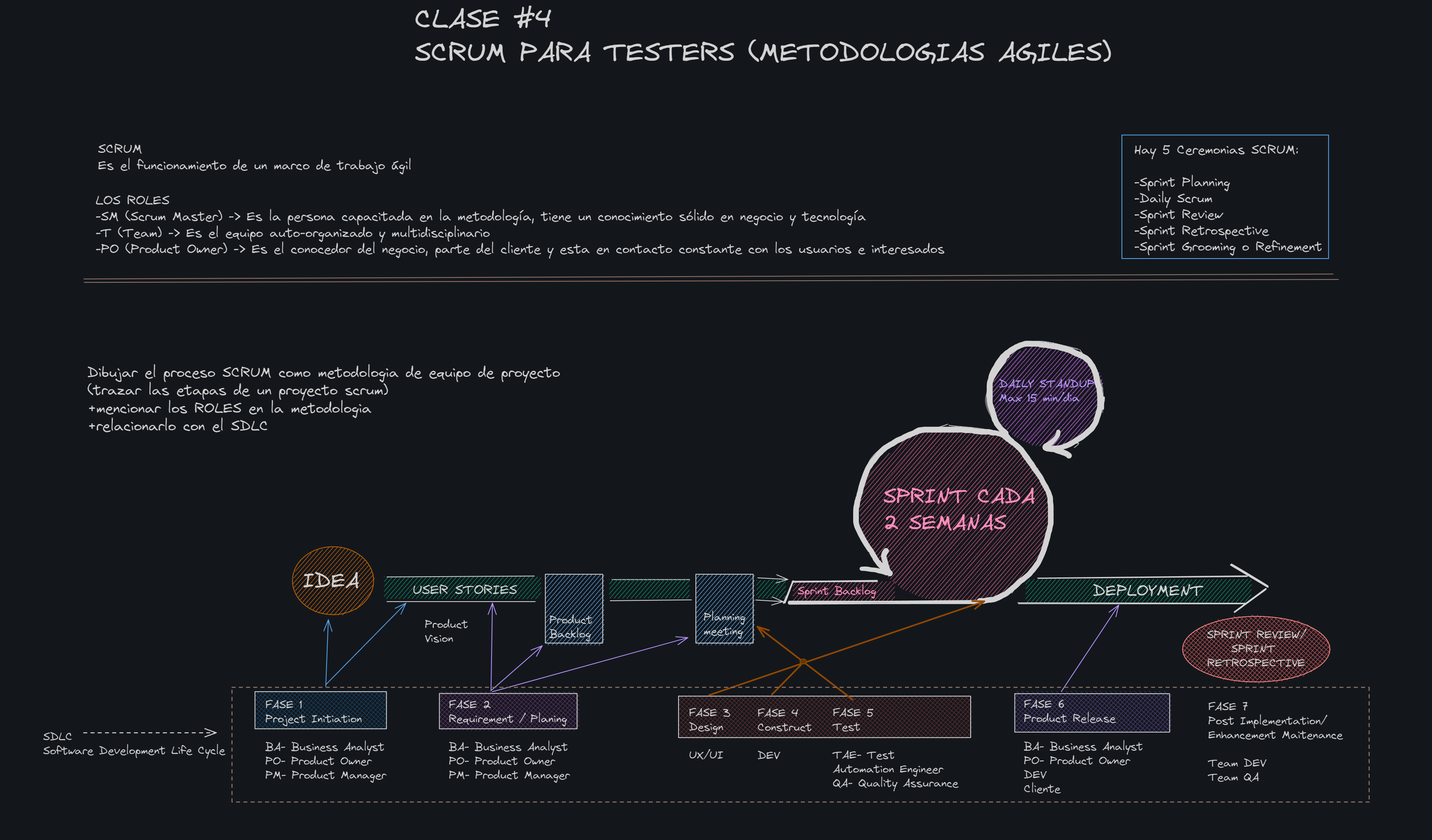
The Excalidraw diagram 1-Testing al grano/task4.png in napzalav/UPEX, before a commit. Source tidied: one line per element, renumbered; positions are measured from the earlier drawing's top-left corner, leaving out a move shared by most shapes.
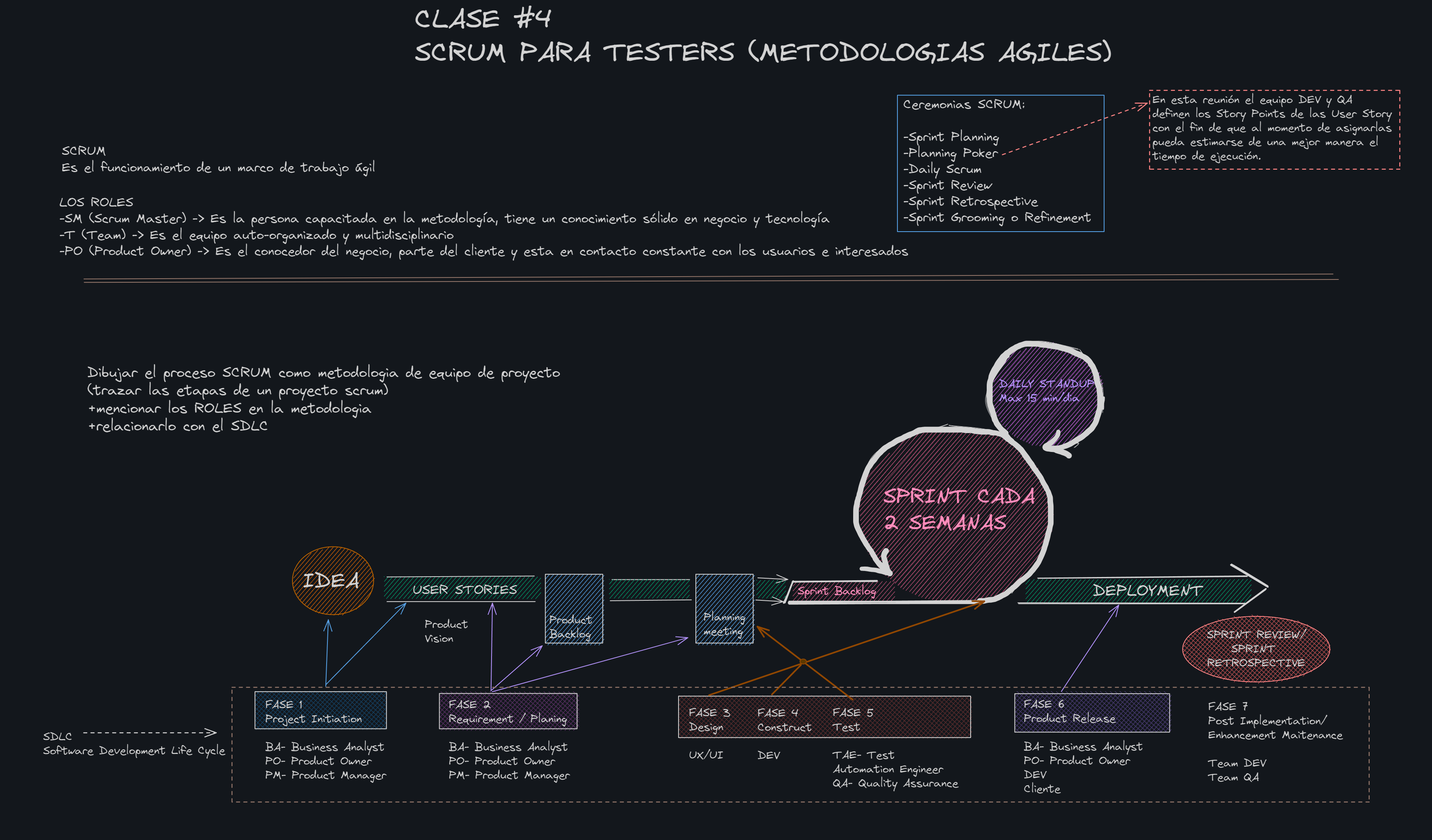
After the commit.

Commit message:
update task4- correcciones

Diff of the diagram source:
```diff
@@ -10,8 +10,8 @@
 {"id": 9, "type": "ellipse", "strokeColor": "transparent", "backgroundColor": "#f783ac", "fillStyle": "hachure", "strokeWidth": 2, "roughness": 1, "round": true, "x": 2122, "y": 1050, "width": 482, "height": 437}
 {"id": 10, "type": "ellipse", "strokeColor": "transparent", "backgroundColor": "#da77f2", "fillStyle": "hachure", "strokeWidth": 2, "roughness": 1, "round": true, "x": 2452, "y": 840, "width": 281, "height": 260}
 {"id": 11, "type": "text", "text": "CLASE #4\nSCRUM PARA TESTERS (METODOLOGIAS AGILES)", "strokeColor": "#1e1e1e", "strokeWidth": 1, "roughness": 1, "fontSize": 66.75, "fontFamily": 1, "x": 1021, "y": 0, "width": 1731, "height": 167}
-{"id": 12, "type": "text", "text": "SCRUM\nEs el funcionamiento de un marco de trabajo ágil", "strokeColor": "#1e1e1e", "strokeWidth": 1, "roughness": 1, "fontSize": 32.13, "fontFamily": 1, "x": 234, "y": 343, "width": 779, "height": 80}
+{"id": 12, "type": "text", "text": "SCRUM\nEs el funcionamiento de un marco de trabajo ágil", "strokeColor": "#1e1e1e", "strokeWidth": 1, "roughness": 1, "fontSize": 32.13, "fontFamily": 1, "x": 144, "y": 348, "width": 779, "height": 80}
-{"id": 13, "type": "text", "text": "LOS ROLES\n-SM (Scrum Master) -> Es la persona capacitada en la metodología, tiene un conocimiento sólido en negocio y tecnología\n-T (Team) -> Es el equipo auto-organizado y multidisciplinario\n-PO (Product Owner) -> Es el conocedor del negocio, parte del cliente y esta en contacto constante con los usuarios e interesados", "strokeColor": "#1e1e1e", "strokeWidth": 1, "roughness": 1, "fontSize": 32.13, "fontFamily": 1, "x": 228, "y": 470, "width": 2110, "height": 161}
+{"id": 13, "type": "text", "text": "LOS ROLES\n-SM (Scrum Master) -> Es la persona capacitada en la metodología, tiene un conocimiento sólido en negocio y tecnología\n-T (Team) -> Es el equipo auto-organizado y multidisciplinario\n-PO (Product Owner) -> Es el conocedor del negocio, parte del cliente y esta en contacto constante con los usuarios e interesados", "strokeColor": "#1e1e1e", "strokeWidth": 1, "roughness": 1, "fontSize": 32.13, "fontFamily": 1, "x": 138, "y": 475, "width": 2110, "height": 161}
 {"id": 14, "type": "line", "strokeColor": "#1e1e1e", "strokeWidth": 1, "roughness": 1, "round": true, "x": 2122, "y": 1253, "width": 225, "height": 208, "points": [[0, 0], [46, -135], [225, -208]]}
 {"id": 15, "type": "line", "strokeColor": "#1e1e1e", "strokeWidth": 1, "roughness": 1, "round": true, "x": 2348, "y": 1048, "width": 255, "height": 181, "points": [[0, 0], [159, 34], [255, 181]]}
 {"id": 16, "type": "line", "strokeColor": "#1e1e1e", "strokeWidth": 1, "roughness": 1, "round": true, "x": 2605, "y": 1227, "width": 98, "height": 238, "points": [[0, 0], [-12, 117], [-98, 238]]}
@@ -77,10 +77,13 @@
 {"id": 76, "type": "line", "strokeColor": "transparent", "backgroundColor": "#ff8787", "fillStyle": "cross-hatch", "strokeWidth": 2, "roughness": 0, "x": 3538, "y": 916, "width": 3, "height": 396, "points": [[0, 0], [3, 396]]}
 {"id": 77, "type": "line", "strokeColor": "transparent", "backgroundColor": "#ff8787", "fillStyle": "cross-hatch", "strokeWidth": 2, "roughness": 0, "x": 6, "y": 968, "width": 6, "height": 503, "points": [[0, 0], [-6, 503]]}
 {"id": 78, "type": "ellipse", "strokeColor": "#ffa94d", "backgroundColor": "#ffd43b", "fillStyle": "solid", "strokeWidth": 2, "roughness": 0, "x": 1979, "y": 1629, "width": 16, "height": 12}
-{"id": 79, "type": "text", "text": "Hay 5 Ceremonias SCRUM:\n\n-Sprint Planning\n-Daily Scrum\n-Sprint Review\n-Sprint Retrospective\n-Sprint Grooming o Refinement", "strokeColor": "#1e1e1e", "backgroundColor": "#ffd43b", "fillStyle": "solid", "strokeWidth": 2, "roughness": 0, "fontSize": 32.13, "fontFamily": 1, "x": 2810, "y": 344, "width": 467, "height": 281}
+{"id": 79, "type": "text", "text": "Ceremonias SCRUM:\n\n-Sprint Planning\n-Planning Poker\n-Daily Scrum\n-Sprint Review\n-Sprint Retrospective\n-Sprint Grooming o Refinement", "strokeColor": "#1e1e1e", "backgroundColor": "#ffd43b", "fillStyle": "solid", "strokeWidth": 2, "roughness": 0, "fontSize": 32.13, "fontFamily": 1, "x": 2236, "y": 231, "width": 467, "height": 321}
-{"id": 80, "type": "rectangle", "strokeColor": "#1971c2", "strokeWidth": 2, "roughness": 0, "x": 2779, "y": 326, "width": 514, "height": 307}
+{"id": 80, "type": "rectangle", "strokeColor": "#1971c2", "strokeWidth": 2, "roughness": 0, "x": 2221, "y": 227, "width": 514, "height": 339}
 {"id": 81, "type": "line", "strokeColor": "#a18072", "strokeWidth": 2, "roughness": 0, "x": 199, "y": 684, "width": 3105, "height": 12, "points": [[0, 0], [3105, -12]]}
 {"id": 82, "type": "line", "strokeColor": "#a18072", "strokeWidth": 2, "roughness": 0, "x": 199, "y": 692, "width": 3118, "height": 7, "points": [[0, 0], [3118, -7]]}
 {"id": 83, "type": "rectangle", "strokeColor": "#a18072", "strokeWidth": 2, "strokeStyle": "dashed", "roughness": 0, "x": 567, "y": 1699, "width": 2827, "height": 285}
 {"id": 84, "type": "text", "text": "SDLC\nSoftware Development Life Cycle", "strokeColor": "#1e1e1e", "angle": 6.28, "strokeWidth": 2, "strokeStyle": "dashed", "roughness": 0, "fontSize": 28, "fontFamily": 1, "x": 97, "y": 1805, "width": 453, "height": 70}
 {"id": 85, "type": "arrow", "strokeColor": "#1e1e1e", "strokeWidth": 2, "strokeStyle": "dashed", "roughness": 0, "endArrowhead": "arrow", "x": 198, "y": 1812, "width": 329, "height": 0, "points": [[0, 0], [329, 0]]}
+{"id": 86, "type": "text", "text": "En esta reunión el equipo DEV y QA \ndefinen los Story Points de las User Story \ncon el fin de que al momento de asignarlas \npueda estimarse de una mejor manera el \ntiempo de ejecución.", "strokeColor": "#1e1e1e", "strokeWidth": 2, "strokeStyle": "dashed", "roughness": 0, "fontSize": 28, "fontFamily": 1, "x": 2855, "y": 221, "width": 609, "height": 175}
+{"id": 87, "type": "arrow", "strokeColor": "#e03131", "strokeWidth": 2, "strokeStyle": "dashed", "roughness": 0, "endArrowhead": "arrow", "to": 88, "x": 2482, "y": 375, "width": 360, "height": 128, "points": [[0, 0], [360, -128]]}
+{"id": 88, "type": "rectangle", "strokeColor": "#e03131", "strokeWidth": 2, "strokeStyle": "dashed", "roughness": 0, "x": 2848, "y": 215, "width": 622, "height": 196}
```
